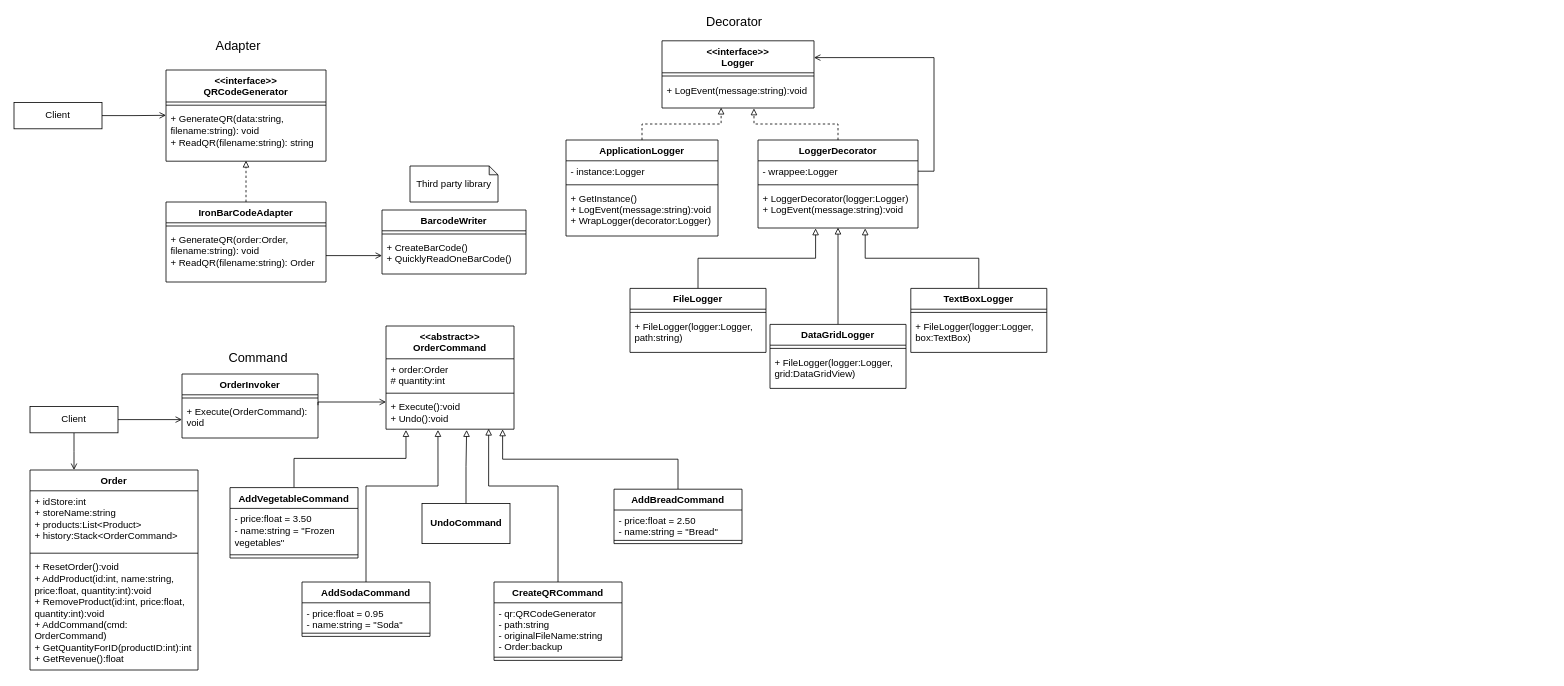
Before: RutasTiendas/docs/UML.drawio in ArrobaRicardoGE/1222-patrones-arquitectura-software, a draw.io diagram. Source tidied: cells renumbered, new cells numbered last; positions are measured from the earlier drawing's top-left corner, leaving out a move shared by most shapes. Both pictures are drawn from the tidied source at 80%, with x=0, y=0 at pixel (14, 14).
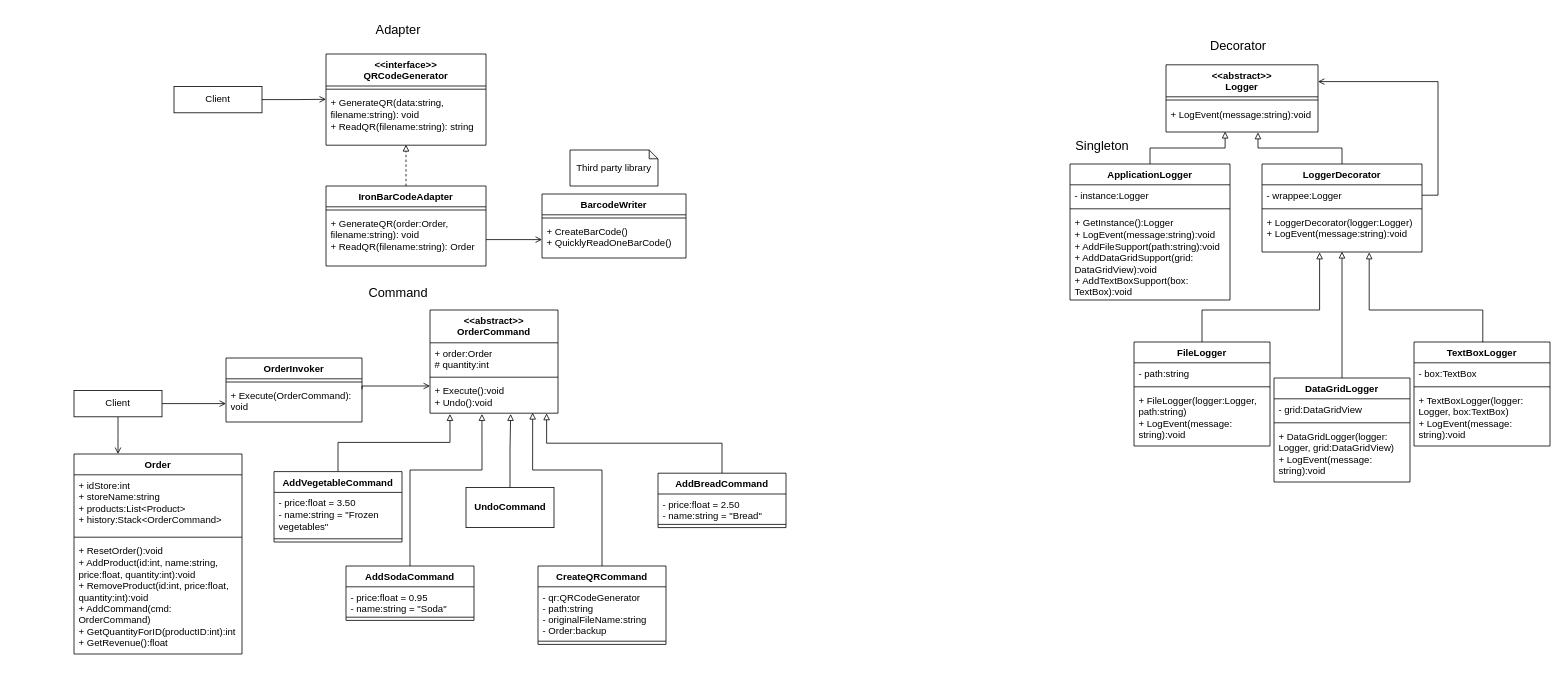
The same diagram, later.

Unchanged cells that the change refers to:
```xml
<mxCell id="39" value="+ Execute():void&#10;+ Undo():void" style="text;strokeColor=none;fillColor=none;align=left;verticalAlign=top;spacingLeft=4;spacingRight=4;overflow=hidden;points=[[0,0.5],[1,0.5]];portConstraint=eastwest;" parent="36" vertex="1">
  <mxGeometry y="88" width="160" height="41" as="geometry" />
</mxCell>
<mxCell id="53" value="+ LogEvent(message:string):void" style="text;strokeColor=none;fillColor=none;align=left;verticalAlign=top;spacingLeft=4;spacingRight=4;overflow=hidden;points=[[0,0.5],[1,0.5]];portConstraint=eastwest;whiteSpace=wrap;" parent="51" vertex="1">
  <mxGeometry y="48" width="190" height="36" as="geometry" />
</mxCell>
<mxCell id="63" value="+ LoggerDecorator(logger:Logger)&#10;+ LogEvent(message:string):void" style="text;strokeColor=none;fillColor=none;align=left;verticalAlign=top;spacingLeft=4;spacingRight=4;overflow=hidden;points=[[0,0.5],[1,0.5]];portConstraint=eastwest;" parent="60" vertex="1">
  <mxGeometry y="60" width="200" height="50" as="geometry" />
</mxCell>
```

What changed in the source:
```diff
@@
     <mxCell id="2" value="&lt;&lt;interface&gt;&gt;&#10;QRCodeGenerator" style="swimlane;fontStyle=1;align=center;verticalAlign=top;horizontal=1;startSize=40;" parent="1" vertex="1">
-      <mxGeometry x="190" y="70" width="200" height="114" as="geometry" />
+      <mxGeometry x="390" y="50" width="200" height="114" as="geometry" />
     </mxCell>
@@
     <mxCell id="6" value="IronBarCodeAdapter" style="swimlane;fontStyle=1;align=center;verticalAlign=top;horizontal=1;startSize=26;whiteSpace=wrap;" parent="1" vertex="1">
-      <mxGeometry x="190" y="235" width="200" height="100" as="geometry" />
+      <mxGeometry x="390" y="215" width="200" height="100" as="geometry" />
     </mxCell>
@@
     <mxCell id="9" value="BarcodeWriter" style="swimlane;fontStyle=1;align=center;verticalAlign=top;horizontal=1;startSize=26;" parent="1" vertex="1">
-      <mxGeometry x="460" y="245" width="180" height="80" as="geometry" />
+      <mxGeometry x="660" y="225" width="180" height="80" as="geometry" />
     </mxCell>
@@
     <mxCell id="13" value="Client" style="rounded=0;whiteSpace=wrap;html=1;" parent="1" vertex="1">
-      <mxGeometry y="110.5" width="110" height="33" as="geometry" />
+      <mxGeometry x="200" y="90.5" width="110" height="33" as="geometry" />
     </mxCell>
@@
     <mxCell id="15" value="Adapter" style="text;html=1;align=center;verticalAlign=middle;strokeColor=none;fillColor=none;fontSize=16;" parent="1" vertex="1">
-      <mxGeometry x="245" y="30" width="70" height="20" as="geometry" />
+      <mxGeometry x="445" y="10" width="70" height="20" as="geometry" />
     </mxCell>
     <mxCell id="16" value="Third party library" style="shape=note;whiteSpace=wrap;html=1;backgroundOutline=1;darkOpacity=0.05;size=11;" parent="1" vertex="1">
-      <mxGeometry x="495" y="190" width="110" height="45" as="geometry" />
+      <mxGeometry x="695" y="170" width="110" height="45" as="geometry" />
     </mxCell>
     <mxCell id="17" value="Order" style="swimlane;fontStyle=1;align=center;verticalAlign=top;horizontal=1;startSize=26;whiteSpace=wrap;" parent="1" vertex="1">
-      <mxGeometry x="20" y="570" width="210" height="250" as="geometry" />
+      <mxGeometry x="75" y="550" width="210" height="250" as="geometry" />
     </mxCell>
@@
     <mxCell id="21" value="OrderInvoker" style="swimlane;fontStyle=1;align=center;verticalAlign=top;horizontal=1;startSize=26;" parent="1" vertex="1">
-      <mxGeometry x="210" y="450" width="170" height="80" as="geometry" />
+      <mxGeometry x="265" y="430" width="170" height="80" as="geometry" />
     </mxCell>
@@
     <mxCell id="25" value="AddVegetableCommand" style="swimlane;fontStyle=1;align=center;verticalAlign=top;horizontal=1;startSize=26;" parent="1" vertex="1">
-      <mxGeometry x="270" y="592" width="160" height="88" as="geometry" />
+      <mxGeometry x="325" y="572" width="160" height="88" as="geometry" />
     </mxCell>
@@
     <mxCell id="28" style="edgeStyle=orthogonalEdgeStyle;rounded=0;jettySize=auto;html=1;entryX=0.406;entryY=1.024;entryDx=0;entryDy=0;entryPerimeter=0;endArrow=block;endFill=0;" parent="1" edge="1" source="29" target="39">
       <mxGeometry relative="1" as="geometry">
         <Array as="points">
-          <mxPoint x="440" y="590" />
-          <mxPoint x="530" y="590" />
+          <mxPoint x="495" y="570" />
+          <mxPoint x="585" y="570" />
         </Array>
       </mxGeometry>
     </mxCell>
     <mxCell id="29" value="AddSodaCommand" style="swimlane;fontStyle=1;align=center;verticalAlign=top;horizontal=1;startSize=26;" parent="1" vertex="1">
-      <mxGeometry x="360" y="710" width="160" height="68" as="geometry" />
+      <mxGeometry x="415" y="690" width="160" height="68" as="geometry" />
     </mxCell>
@@
     <mxCell id="33" value="AddBreadCommand" style="swimlane;fontStyle=1;align=center;verticalAlign=top;horizontal=1;startSize=26;" parent="1" vertex="1">
-      <mxGeometry x="750" y="594" width="160" height="68" as="geometry" />
+      <mxGeometry x="805" y="574" width="160" height="68" as="geometry" />
     </mxCell>
@@
     <mxCell id="36" value="&lt;&lt;abstract&gt;&gt;&#10;OrderCommand" style="swimlane;fontStyle=1;align=center;verticalAlign=top;horizontal=1;startSize=41;" parent="1" vertex="1">
-      <mxGeometry x="465" y="390" width="160" height="129" as="geometry" />
+      <mxGeometry x="520" y="370" width="160" height="129" as="geometry" />
     </mxCell>
@@
     <mxCell id="40" style="edgeStyle=orthogonalEdgeStyle;rounded=0;jettySize=auto;html=1;endArrow=open;endFill=0;" parent="1" edge="1" source="42">
       <mxGeometry relative="1" as="geometry">
-        <mxPoint x="75" y="570" as="targetPoint" />
+        <mxPoint x="130" y="550" as="targetPoint" />
       </mxGeometry>
     </mxCell>
@@
     <mxCell id="42" value="Client" style="rounded=0;whiteSpace=wrap;html=1;" parent="1" vertex="1">
-      <mxGeometry x="20" y="490.5" width="110" height="33" as="geometry" />
+      <mxGeometry x="75" y="470.5" width="110" height="33" as="geometry" />
     </mxCell>
     <mxCell id="43" value="Command" style="text;html=1;align=center;verticalAlign=middle;strokeColor=none;fillColor=none;fontSize=16;" parent="1" vertex="1">
-      <mxGeometry x="260" y="420" width="90" height="20" as="geometry" />
+      <mxGeometry x="435" y="337.5" width="90" height="20" as="geometry" />
     </mxCell>
     <mxCell id="44" style="edgeStyle=orthogonalEdgeStyle;rounded=0;orthogonalLoop=1;jettySize=auto;html=1;fontSize=16;endArrow=open;endFill=0;entryX=0;entryY=0.5;entryDx=0;entryDy=0;" parent="1" edge="1">
       <mxGeometry relative="1" as="geometry">
-        <mxPoint x="380" y="489" as="sourcePoint" />
-        <mxPoint x="465" y="485" as="targetPoint" />
+        <mxPoint x="435" y="469" as="sourcePoint" />
+        <mxPoint x="520" y="465" as="targetPoint" />
         <Array as="points">
-          <mxPoint x="380" y="485" />
+          <mxPoint x="435" y="465" />
         </Array>
       </mxGeometry>
     </mxCell>
     <mxCell id="45" style="edgeStyle=orthogonalEdgeStyle;rounded=0;jettySize=auto;html=1;entryX=0.802;entryY=0.984;entryDx=0;entryDy=0;entryPerimeter=0;endArrow=block;endFill=0;" parent="1" edge="1" source="46" target="39">
       <mxGeometry relative="1" as="geometry">
         <Array as="points">
-          <mxPoint x="680" y="590" />
-          <mxPoint x="593" y="590" />
+          <mxPoint x="735" y="570" />
+          <mxPoint x="648" y="570" />
         </Array>
       </mxGeometry>
     </mxCell>
     <mxCell id="46" value="CreateQRCommand" style="swimlane;fontStyle=1;align=center;verticalAlign=top;horizontal=1;startSize=26;" parent="1" vertex="1">
-      <mxGeometry x="600" y="710" width="160" height="98" as="geometry" />
+      <mxGeometry x="655" y="690" width="160" height="98" as="geometry" />
     </mxCell>
@@
     <mxCell id="50" value="&lt;b&gt;UndoCommand&lt;/b&gt;" style="html=1;" parent="1" vertex="1">
-      <mxGeometry x="510" y="612" width="110" height="50" as="geometry" />
+      <mxGeometry x="565" y="592" width="110" height="50" as="geometry" />
     </mxCell>
-    <mxCell id="51" value="&lt;&lt;interface&gt;&gt;&#10;Logger" style="swimlane;fontStyle=1;align=center;verticalAlign=top;horizontal=1;startSize=40;" parent="1" vertex="1">
-      <mxGeometry x="810" y="33.5" width="190" height="84" as="geometry" />
+    <mxCell id="51" value="&lt;&lt;abstract&gt;&gt;&#10;Logger" style="swimlane;fontStyle=1;align=center;verticalAlign=top;horizontal=1;startSize=40;" parent="1" vertex="1">
+      <mxGeometry x="1440" y="63.5" width="190" height="84" as="geometry" />
     </mxCell>
@@
-    <mxCell id="54" style="edgeStyle=orthogonalEdgeStyle;rounded=0;jettySize=auto;html=1;entryX=0.389;entryY=0.986;entryDx=0;entryDy=0;entryPerimeter=0;endArrow=block;endFill=0;dashed=1;" parent="1" edge="1" source="55" target="53">
+    <mxCell id="54" style="edgeStyle=orthogonalEdgeStyle;rounded=0;jettySize=auto;html=1;entryX=0.389;entryY=0.986;entryDx=0;entryDy=0;entryPerimeter=0;endArrow=block;endFill=0;" parent="1" edge="1" source="55" target="53">
       <mxGeometry relative="1" as="geometry" />
     </mxCell>
     <mxCell id="55" value="ApplicationLogger" style="swimlane;fontStyle=1;align=center;verticalAlign=top;horizontal=1;startSize=26;" parent="1" vertex="1">
-      <mxGeometry x="690" y="157.5" width="190" height="120" as="geometry" />
+      <mxGeometry x="1320" y="187.5" width="200" height="170" as="geometry" />
     </mxCell>
     <mxCell id="56" value="- instance:Logger" style="text;strokeColor=none;fillColor=none;align=left;verticalAlign=top;spacingLeft=4;spacingRight=4;overflow=hidden;" parent="55" vertex="1">
-      <mxGeometry y="26" width="190" height="26" as="geometry" />
+      <mxGeometry y="26" width="200" height="26" as="geometry" />
     </mxCell>
     <mxCell id="57" style="line;strokeWidth=1;fillColor=none;align=left;verticalAlign=middle;spacingTop=-1;spacingLeft=3;spacingRight=3;labelPosition=right;" parent="55" vertex="1">
-      <mxGeometry y="52" width="190" height="8" as="geometry" />
+      <mxGeometry y="52" width="200" height="8" as="geometry" />
     </mxCell>
-    <mxCell id="58" value="+ GetInstance()&#10;+ LogEvent(message:string):void&#10;+ WrapLogger(decorator:Logger)" style="text;strokeColor=none;fillColor=none;align=left;verticalAlign=top;spacingLeft=4;spacingRight=4;overflow=hidden;" parent="55" vertex="1">
-      <mxGeometry y="60" width="190" height="60" as="geometry" />
+    <mxCell id="58" value="+ GetInstance():Logger&#10;+ LogEvent(message:string):void&#10;+ AddFileSupport(path:string):void&#10;+ AddDataGridSupport(grid: DataGridView):void&#10;+ AddTextBoxSupport(box: TextBox):void" style="text;strokeColor=none;fillColor=none;align=left;verticalAlign=top;spacingLeft=4;spacingRight=4;overflow=hidden;whiteSpace=wrap;" parent="55" vertex="1">
+      <mxGeometry y="60" width="200" height="110" as="geometry" />
     </mxCell>
-    <mxCell id="59" style="edgeStyle=orthogonalEdgeStyle;rounded=0;jettySize=auto;html=1;entryX=0.605;entryY=1.014;entryDx=0;entryDy=0;entryPerimeter=0;endArrow=block;endFill=0;dashed=1;" parent="1" edge="1" source="60" target="53">
+    <mxCell id="59" style="edgeStyle=orthogonalEdgeStyle;rounded=0;jettySize=auto;html=1;entryX=0.605;entryY=1.014;entryDx=0;entryDy=0;entryPerimeter=0;endArrow=block;endFill=0;" parent="1" edge="1" source="60" target="53">
       <mxGeometry relative="1" as="geometry" />
     </mxCell>
     <mxCell id="60" value="LoggerDecorator" style="swimlane;fontStyle=1;align=center;verticalAlign=top;horizontal=1;startSize=26;" parent="1" vertex="1">
-      <mxGeometry x="930" y="157.5" width="200" height="110" as="geometry" />
+      <mxGeometry x="1560" y="187.5" width="200" height="110" as="geometry" />
     </mxCell>
@@
-    <mxCell id="64" style="edgeStyle=orthogonalEdgeStyle;rounded=0;jettySize=auto;html=1;entryX=0.36;entryY=1.01;entryDx=0;entryDy=0;entryPerimeter=0;endArrow=block;endFill=0;" parent="1" edge="1" source="65" target="63">
-      <mxGeometry relative="1" as="geometry" />
+    <mxCell id="64" style="edgeStyle=orthogonalEdgeStyle;rounded=0;jettySize=auto;html=1;entryX=0.36;entryY=1.01;entryDx=0;entryDy=0;entryPerimeter=0;endArrow=block;endFill=0;exitX=0.5;exitY=0;exitDx=0;exitDy=0;" parent="1" edge="1" source="65" target="63">
+      <mxGeometry relative="1" as="geometry">
+        <Array as="points">
+          <mxPoint x="1485" y="370" />
+          <mxPoint x="1632" y="370" />
+        </Array>
+      </mxGeometry>
     </mxCell>
-    <mxCell id="65" value="FileLogger" style="swimlane;fontStyle=1;align=center;verticalAlign=top;horizontal=1;startSize=26;" parent="1" vertex="1">
-      <mxGeometry x="770" y="343" width="170" height="80" as="geometry" />
-    </mxCell>
-    <mxCell id="66" style="line;strokeWidth=1;fillColor=none;align=left;verticalAlign=middle;spacingTop=-1;spacingLeft=3;spacingRight=3;labelPosition=right;" parent="65" vertex="1">
-      <mxGeometry y="26" width="170" height="8" as="geometry" />
-    </mxCell>
-    <mxCell id="67" value="+ FileLogger(logger:Logger, path:string)" style="text;strokeColor=none;fillColor=none;align=left;verticalAlign=top;spacingLeft=4;spacingRight=4;overflow=hidden;whiteSpace=wrap;" parent="65" vertex="1">
-      <mxGeometry y="34" width="170" height="46" as="geometry" />
-    </mxCell>
-    <mxCell id="68" style="edgeStyle=orthogonalEdgeStyle;rounded=0;jettySize=auto;html=1;entryX=0.5;entryY=0.99;entryDx=0;entryDy=0;entryPerimeter=0;endArrow=block;endFill=0;" parent="1" edge="1" source="69" target="63">
+    <mxCell id="68" style="edgeStyle=orthogonalEdgeStyle;rounded=0;jettySize=auto;html=1;entryX=0.5;entryY=0.99;entryDx=0;entryDy=0;entryPerimeter=0;endArrow=block;endFill=0;exitX=0.5;exitY=0;exitDx=0;exitDy=0;" parent="1" edge="1" source="69" target="63">
       <mxGeometry relative="1" as="geometry" />
     </mxCell>
-    <mxCell id="69" value="DataGridLogger" style="swimlane;fontStyle=1;align=center;verticalAlign=top;horizontal=1;startSize=26;" parent="1" vertex="1">
-      <mxGeometry x="945" y="388" width="170" height="80" as="geometry" />
-    </mxCell>
-    <mxCell id="70" style="line;strokeWidth=1;fillColor=none;align=left;verticalAlign=middle;spacingTop=-1;spacingLeft=3;spacingRight=3;labelPosition=right;" parent="69" vertex="1">
-      <mxGeometry y="26" width="170" height="8" as="geometry" />
-    </mxCell>
-    <mxCell id="71" value="+ FileLogger(logger:Logger, grid:DataGridView)" style="text;strokeColor=none;fillColor=none;align=left;verticalAlign=top;spacingLeft=4;spacingRight=4;overflow=hidden;whiteSpace=wrap;" parent="69" vertex="1">
-      <mxGeometry y="34" width="170" height="46" as="geometry" />
-    </mxCell>
-    <mxCell id="72" style="edgeStyle=orthogonalEdgeStyle;rounded=0;jettySize=auto;html=1;entryX=0.67;entryY=1.01;entryDx=0;entryDy=0;entryPerimeter=0;endArrow=block;endFill=0;" parent="1" edge="1" source="73" target="63">
-      <mxGeometry relative="1" as="geometry" />
+    <mxCell id="72" style="edgeStyle=orthogonalEdgeStyle;rounded=0;jettySize=auto;html=1;entryX=0.67;entryY=1.01;entryDx=0;entryDy=0;entryPerimeter=0;endArrow=block;endFill=0;exitX=0.5;exitY=0;exitDx=0;exitDy=0;" parent="1" edge="1" source="73" target="63">
+      <mxGeometry relative="1" as="geometry">
+        <Array as="points">
+          <mxPoint x="1836" y="410" />
+          <mxPoint x="1836" y="370" />
+          <mxPoint x="1694" y="370" />
+        </Array>
+      </mxGeometry>
     </mxCell>
-    <mxCell id="73" value="TextBoxLogger" style="swimlane;fontStyle=1;align=center;verticalAlign=top;horizontal=1;startSize=26;" parent="1" vertex="1">
-      <mxGeometry x="1121" y="343" width="170" height="80" as="geometry" />
-    </mxCell>
-    <mxCell id="74" style="line;strokeWidth=1;fillColor=none;align=left;verticalAlign=middle;spacingTop=-1;spacingLeft=3;spacingRight=3;labelPosition=right;" parent="73" vertex="1">
-      <mxGeometry y="26" width="170" height="8" as="geometry" />
-    </mxCell>
-    <mxCell id="75" value="+ FileLogger(logger:Logger, box:TextBox)" style="text;strokeColor=none;fillColor=none;align=left;verticalAlign=top;spacingLeft=4;spacingRight=4;overflow=hidden;whiteSpace=wrap;" parent="73" vertex="1">
-      <mxGeometry y="34" width="170" height="46" as="geometry" />
-    </mxCell>
@@
     <mxCell id="77" value="Decorator" style="text;html=1;align=center;verticalAlign=middle;strokeColor=none;fillColor=none;fontSize=16;" parent="1" vertex="1">
-      <mxGeometry x="855" width="90" height="20" as="geometry" />
+      <mxGeometry x="1485" y="30" width="90" height="20" as="geometry" />
     </mxCell>
+    <mxCell id="78" value="Singleton" style="text;html=1;align=center;verticalAlign=middle;strokeColor=none;fillColor=none;fontSize=16;" parent="1" vertex="1">
+      <mxGeometry x="1320" y="153.5" width="80" height="20" as="geometry" />
+    </mxCell>
+    <mxCell id="65" value="FileLogger" style="swimlane;fontStyle=1;align=center;verticalAlign=top;horizontal=1;startSize=26;" parent="1" vertex="1">
+      <mxGeometry x="1400" y="410" width="170" height="130" as="geometry" />
+    </mxCell>
+    <mxCell id="79" value="- path:string" style="text;strokeColor=none;fillColor=none;align=left;verticalAlign=top;spacingLeft=4;spacingRight=4;overflow=hidden;" parent="65" vertex="1">
+      <mxGeometry y="26" width="170" height="26" as="geometry" />
+    </mxCell>
+    <mxCell id="80" style="line;strokeWidth=1;fillColor=none;align=left;verticalAlign=middle;spacingTop=-1;spacingLeft=3;spacingRight=3;labelPosition=right;" parent="65" vertex="1">
+      <mxGeometry y="52" width="170" height="8" as="geometry" />
+    </mxCell>
+    <mxCell id="81" value="+ FileLogger(logger:Logger, path:string)&#10;+ LogEvent(message: string):void" style="text;strokeColor=none;fillColor=none;align=left;verticalAlign=top;spacingLeft=4;spacingRight=4;overflow=hidden;whiteSpace=wrap;" parent="65" vertex="1">
+      <mxGeometry y="60" width="170" height="70" as="geometry" />
+    </mxCell>
+    <mxCell id="69" value="DataGridLogger" style="swimlane;fontStyle=1;align=center;verticalAlign=top;horizontal=1;startSize=26;" parent="1" vertex="1">
+      <mxGeometry x="1575" y="455" width="170" height="130" as="geometry" />
+    </mxCell>
+    <mxCell id="82" value="- grid:DataGridView" style="text;strokeColor=none;fillColor=none;align=left;verticalAlign=top;spacingLeft=4;spacingRight=4;overflow=hidden;" parent="69" vertex="1">
+      <mxGeometry y="26" width="170" height="26" as="geometry" />
+    </mxCell>
+    <mxCell id="83" style="line;strokeWidth=1;fillColor=none;align=left;verticalAlign=middle;spacingTop=-1;spacingLeft=3;spacingRight=3;labelPosition=right;" parent="69" vertex="1">
+      <mxGeometry y="52" width="170" height="8" as="geometry" />
+    </mxCell>
+    <mxCell id="84" value="+ DataGridLogger(logger: Logger, grid:DataGridView)&#10;+ LogEvent(message: string):void" style="text;strokeColor=none;fillColor=none;align=left;verticalAlign=top;spacingLeft=4;spacingRight=4;overflow=hidden;whiteSpace=wrap;" parent="69" vertex="1">
+      <mxGeometry y="60" width="170" height="70" as="geometry" />
+    </mxCell>
+    <mxCell id="73" value="TextBoxLogger" style="swimlane;fontStyle=1;align=center;verticalAlign=top;horizontal=1;startSize=26;" parent="1" vertex="1">
+      <mxGeometry x="1750" y="410" width="170" height="130" as="geometry" />
+    </mxCell>
+    <mxCell id="85" value="- box:TextBox" style="text;strokeColor=none;fillColor=none;align=left;verticalAlign=top;spacingLeft=4;spacingRight=4;overflow=hidden;" parent="73" vertex="1">
+      <mxGeometry y="26" width="170" height="26" as="geometry" />
+    </mxCell>
+    <mxCell id="86" style="line;strokeWidth=1;fillColor=none;align=left;verticalAlign=middle;spacingTop=-1;spacingLeft=3;spacingRight=3;labelPosition=right;" parent="73" vertex="1">
+      <mxGeometry y="52" width="170" height="8" as="geometry" />
+    </mxCell>
+    <mxCell id="87" value="+ TextBoxLogger(logger: Logger, box:TextBox)&#10;+ LogEvent(message: string):void" style="text;strokeColor=none;fillColor=none;align=left;verticalAlign=top;spacingLeft=4;spacingRight=4;overflow=hidden;whiteSpace=wrap;" parent="73" vertex="1">
+      <mxGeometry y="60" width="170" height="70" as="geometry" />
+    </mxCell>
```
